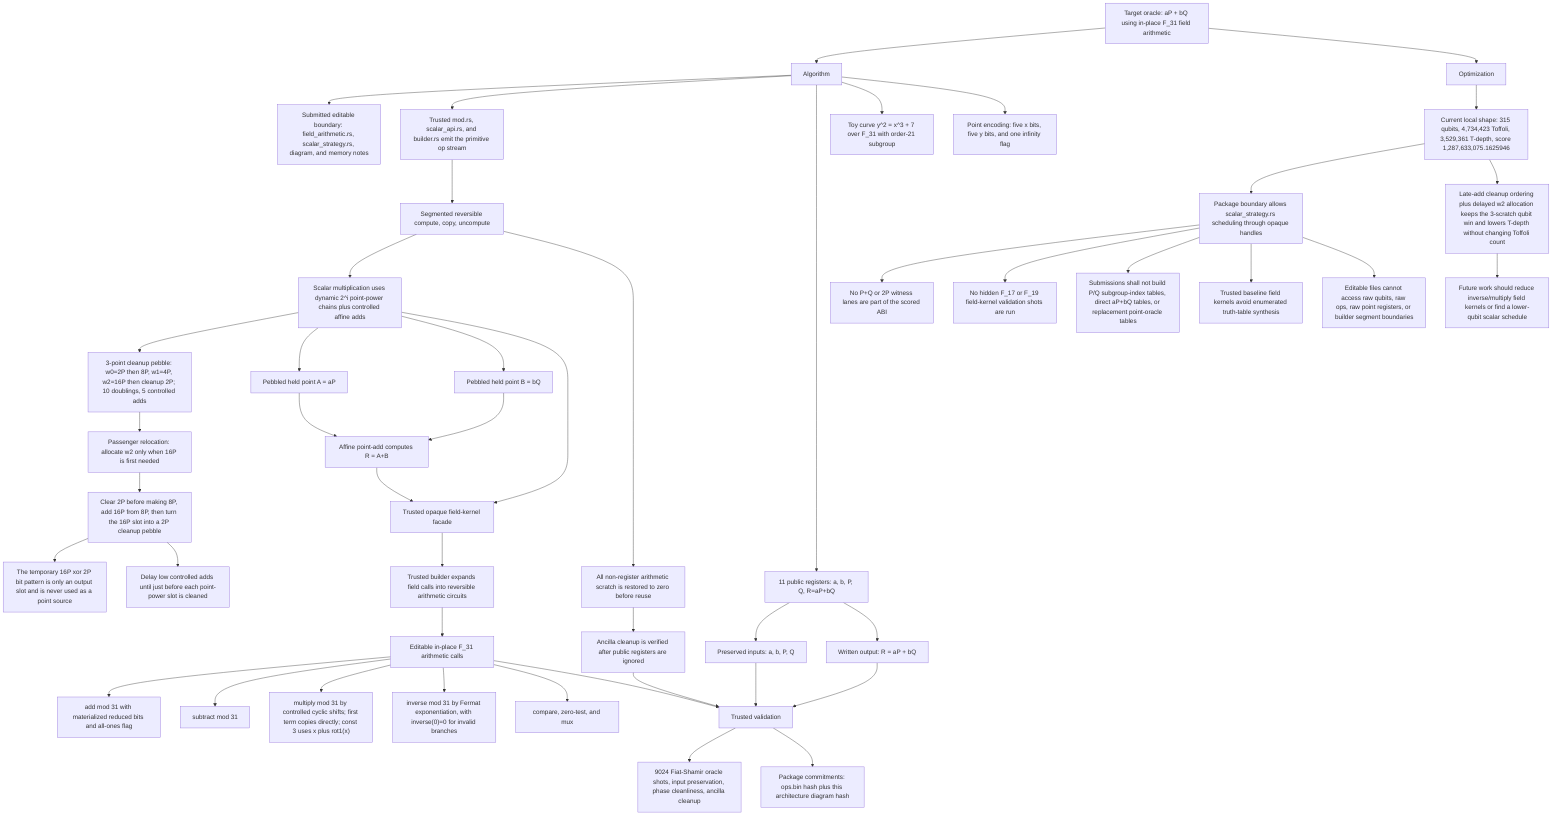
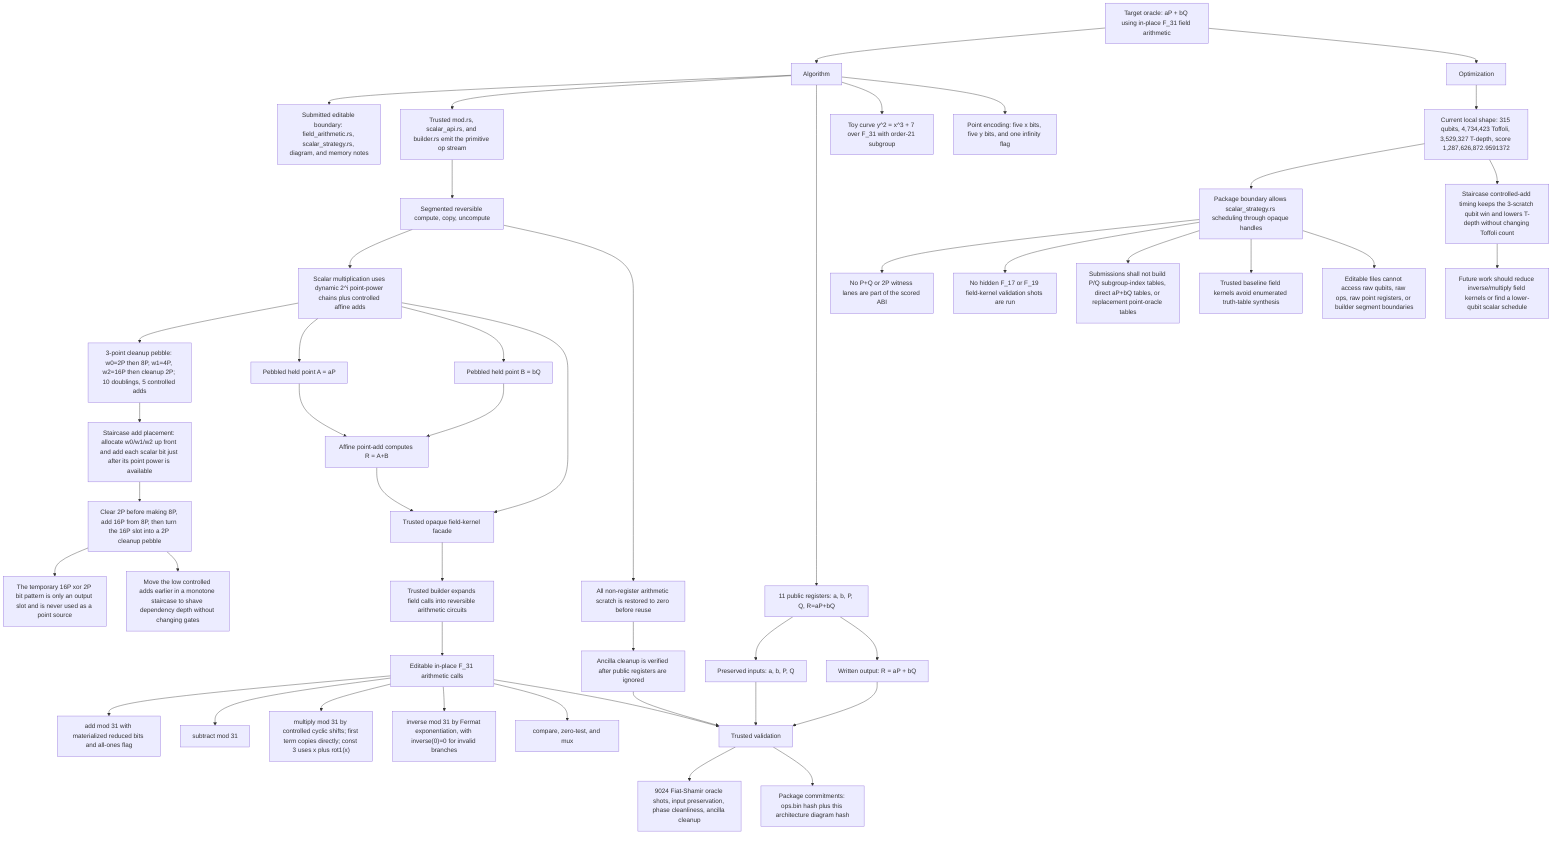
flowchart TD
  Target["Target oracle: aP + bQ using in-place F_31 field arithmetic"]
  Algorithm["Algorithm"]
  Optimization["Optimization"]

  Target --> Algorithm
  Target --> Optimization

  Algorithm --> Boundary["Submitted editable boundary: field_arithmetic.rs, scalar_strategy.rs, diagram, and memory notes"]
  Algorithm --> Build["Trusted mod.rs, scalar_api.rs, and builder.rs emit the primitive op stream"]
  Algorithm --> Registers["11 public registers: a, b, P, Q, R=aP+bQ"]
  Algorithm --> Curve["Toy curve y^2 = x^3 + 7 over F_31 with order-21 subgroup"]
  Algorithm --> Encoding["Point encoding: five x bits, five y bits, and one infinity flag"]

  Registers --> Preserve["Preserved inputs: a, b, P, Q"]
  Registers --> Outputs["Written output: R = aP + bQ"]

  Build --> Segment["Segmented reversible compute, copy, uncompute"]
  Segment --> ScalarPoint["Scalar multiplication uses dynamic 2^i point-power chains plus controlled affine adds"]
  ScalarPoint --> PowerChain["3-point cleanup pebble: w0=2P then 8P, w1=4P, w2=16P then cleanup 2P; 10 doublings, 5 controlled adds"]
-   PowerChain --> Relocate["Passenger relocation: allocate w2 only when 16P is first needed"]
+   PowerChain --> Relocate["Staircase add placement: allocate w0/w1/w2 up front and add each scalar bit just after its point power is available"]
  Relocate --> Recycle["Clear 2P before making 8P, add 16P from 8P, then turn the 16P slot into a 2P cleanup pebble"]
  Recycle --> InvalidPark["The temporary 16P xor 2P bit pattern is only an output slot and is never used as a point source"]
-   Recycle --> LateAdds["Delay low controlled adds until just before each point-power slot is cleaned"]
+   Recycle --> LateAdds["Move the low controlled adds earlier in a monotone staircase to shave dependency depth without changing gates"]
  ScalarPoint --> ScalarA["Pebbled held point A = aP"]
  ScalarPoint --> ScalarB["Pebbled held point B = bQ"]
  ScalarA --> PointAdd["Affine point-add computes R = A+B"]
  ScalarB --> PointAdd

  PointAdd --> FieldFacade["Trusted opaque field-kernel facade"]
  FieldFacade --> BuilderCircuits["Trusted builder expands field calls into reversible arithmetic circuits"]
  BuilderCircuits --> FieldArithmetic["Editable in-place F_31 arithmetic calls"]
  ScalarPoint --> FieldFacade
  FieldArithmetic --> FieldAdd["add mod 31 with materialized reduced bits and all-ones flag"]
  FieldArithmetic --> FieldSub["subtract mod 31"]
  FieldArithmetic --> FieldMul["multiply mod 31 by controlled cyclic shifts; first term copies directly; const 3 uses x plus rot1(x)"]
  FieldArithmetic --> FieldInv["inverse mod 31 by Fermat exponentiation, with inverse(0)=0 for invalid branches"]
  FieldArithmetic --> FieldMux["compare, zero-test, and mux"]

  Segment --> Cleanup["All non-register arithmetic scratch is restored to zero before reuse"]
  Cleanup --> Ancilla["Ancilla cleanup is verified after public registers are ignored"]

-   Optimization --> CurrentShape["Current local shape: 315 qubits, 4,734,423 Toffoli, 3,529,361 T-depth, score 1,287,633,075.1625946"]
+   Optimization --> CurrentShape["Current local shape: 315 qubits, 4,734,423 Toffoli, 3,529,327 T-depth, score 1,287,626,872.9591372"]
  CurrentShape --> Contract["Package boundary allows scalar_strategy.rs scheduling through opaque handles"]
  Contract --> NoPublicWitness["No P+Q or 2P witness lanes are part of the scored ABI"]
  Contract --> NoHiddenWitness["No hidden F_17 or F_19 field-kernel validation shots are run"]
  Contract --> NoLookupTables["Submissions shall not build P/Q subgroup-index tables, direct aP+bQ tables, or replacement point-oracle tables"]
  Contract --> NoFieldTruthTables["Trusted baseline field kernels avoid enumerated truth-table synthesis"]
  Contract --> NoRawBuilder["Editable files cannot access raw qubits, raw ops, raw point registers, or builder segment boundaries"]
-   CurrentShape --> Tradeoff["Late-add cleanup ordering plus delayed w2 allocation keeps the 3-scratch qubit win and lowers T-depth without changing Toffoli count"]
+   CurrentShape --> Tradeoff["Staircase controlled-add timing keeps the 3-scratch qubit win and lowers T-depth without changing Toffoli count"]
  Tradeoff --> ReplaceLater["Future work should reduce inverse/multiply field kernels or find a lower-qubit scalar schedule"]

  Preserve --> Validation["Trusted validation"]
  Outputs --> Validation
  FieldArithmetic --> Validation
  Ancilla --> Validation
  Validation --> Checks["9024 Fiat-Shamir oracle shots, input preservation, phase cleanliness, ancilla cleanup"]
  Validation --> Commitments["Package commitments: ops.bin hash plus this architecture diagram hash"]
